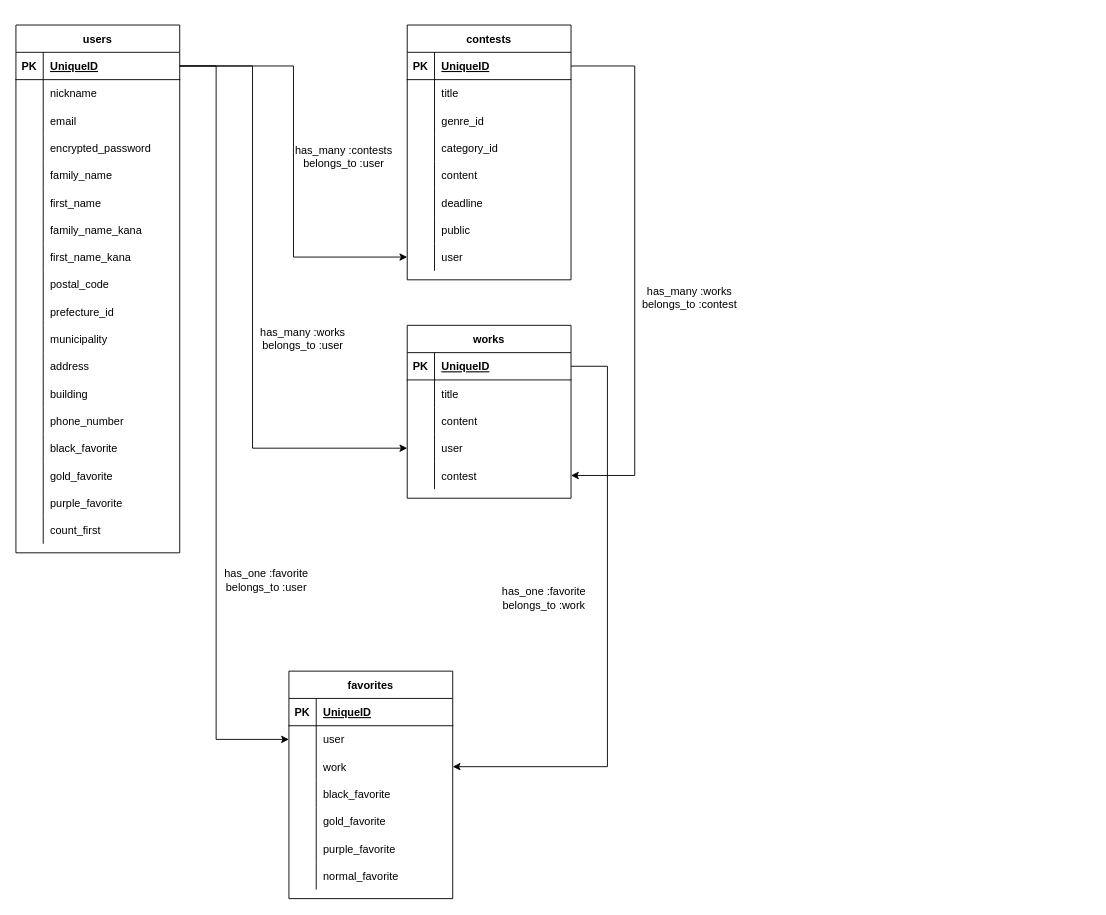
Earlier version of the draw.io diagram e-r.dio (tokiya-takai/moroheiya). Source tidied: cells renumbered, new cells numbered last; positions are measured from the earlier drawing's top-left corner, leaving out a move shared by most shapes. Both pictures are drawn from the tidied source at 91%, with x=0, y=0 at pixel (15, 25).
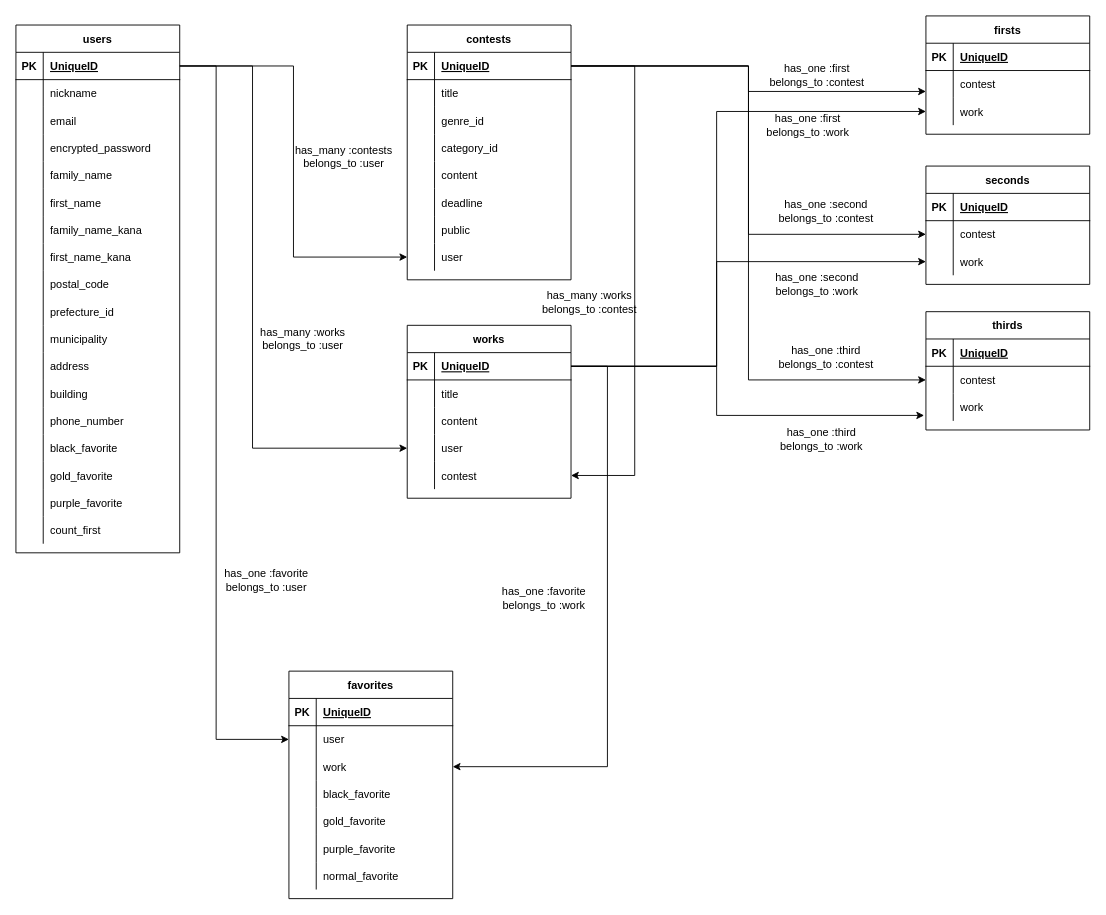
After the change.

Unchanged cells that the change refers to:
```xml
<mxCell id="58" style="shape=partialRectangle;fillColor=none;top=0;left=0;bottom=1;right=0;points=[[0,0.5],[1,0.5]];portConstraint=eastwest;" parent="57" vertex="1">
  <mxGeometry y="30" width="180" height="30" as="geometry" />
</mxCell>
<mxCell id="83" style="shape=partialRectangle;fillColor=none;top=0;left=0;bottom=1;right=0;points=[[0,0.5],[1,0.5]];portConstraint=eastwest;" parent="82" vertex="1">
  <mxGeometry y="30" width="180" height="30" as="geometry" />
</mxCell>
```

Change to the diagram source:
```diff
@@
     <mxCell id="101" value="has_many :works&lt;br&gt;belongs_to :contest" style="text;html=1;align=center;verticalAlign=middle;" parent="1" vertex="1">
-      <mxGeometry x="680" y="285" width="120" height="30" as="geometry" />
+      <mxGeometry x="570" y="290" width="120" height="30" as="geometry" />
     </mxCell>
@@
+    <mxCell id="130" value="firsts" style="shape=table;startSize=30;childLayout=tableLayout;rowLines=0;fontStyle=1;align=center;" parent="1" vertex="1">
+      <mxGeometry x="1000" y="-10" width="180" height="130" as="geometry" />
+    </mxCell>
+    <mxCell id="131" style="shape=partialRectangle;fillColor=none;top=0;left=0;bottom=1;right=0;" parent="130" vertex="1">
+      <mxGeometry y="30" width="180" height="30" as="geometry" />
+    </mxCell>
+    <mxCell id="132" value="PK" style="shape=partialRectangle;fillColor=none;top=0;left=0;bottom=0;right=0;fontStyle=1;overflow=hidden;" parent="131" vertex="1">
+      <mxGeometry width="30" height="30" as="geometry" />
+    </mxCell>
+    <mxCell id="133" value="UniqueID" style="shape=partialRectangle;fillColor=none;top=0;left=0;bottom=0;right=0;align=left;spacingLeft=6;fontStyle=5;overflow=hidden;" parent="131" vertex="1">
+      <mxGeometry x="30" width="150" height="30" as="geometry" />
+    </mxCell>
+    <mxCell id="134" style="shape=partialRectangle;fillColor=none;top=0;left=0;bottom=0;right=0;points=[[0,0.5],[1,0.5]];portConstraint=eastwest;" parent="130" vertex="1">
+      <mxGeometry y="60" width="180" height="30" as="geometry" />
+    </mxCell>
+    <mxCell id="135" style="shape=partialRectangle;fillColor=none;top=0;left=0;bottom=0;right=0;overflow=hidden;" parent="134" vertex="1">
+      <mxGeometry width="30" height="30" as="geometry" />
+    </mxCell>
+    <mxCell id="136" value="contest" style="shape=partialRectangle;fillColor=none;top=0;left=0;bottom=0;right=0;align=left;spacingLeft=6;overflow=hidden;" parent="134" vertex="1">
+      <mxGeometry x="30" width="150" height="30" as="geometry" />
+    </mxCell>
+    <mxCell id="137" style="shape=partialRectangle;fillColor=none;top=0;left=0;bottom=0;right=0;points=[[0,0.5],[1,0.5]];portConstraint=eastwest;" parent="130" vertex="1">
+      <mxGeometry y="90" width="180" height="30" as="geometry" />
+    </mxCell>
+    <mxCell id="138" style="shape=partialRectangle;fillColor=none;top=0;left=0;bottom=0;right=0;overflow=hidden;" parent="137" vertex="1">
+      <mxGeometry width="30" height="30" as="geometry" />
+    </mxCell>
+    <mxCell id="139" value="work" style="shape=partialRectangle;fillColor=none;top=0;left=0;bottom=0;right=0;align=left;spacingLeft=6;overflow=hidden;" parent="137" vertex="1">
+      <mxGeometry x="30" width="150" height="30" as="geometry" />
+    </mxCell>
+    <mxCell id="140" value="seconds" style="shape=table;startSize=30;childLayout=tableLayout;rowLines=0;fontStyle=1;align=center;" parent="1" vertex="1">
+      <mxGeometry x="1000" y="155" width="180" height="130" as="geometry" />
+    </mxCell>
+    <mxCell id="141" style="shape=partialRectangle;fillColor=none;top=0;left=0;bottom=1;right=0;" parent="140" vertex="1">
+      <mxGeometry y="30" width="180" height="30" as="geometry" />
+    </mxCell>
+    <mxCell id="142" value="PK" style="shape=partialRectangle;fillColor=none;top=0;left=0;bottom=0;right=0;fontStyle=1;overflow=hidden;" parent="141" vertex="1">
+      <mxGeometry width="30" height="30" as="geometry" />
+    </mxCell>
+    <mxCell id="143" value="UniqueID" style="shape=partialRectangle;fillColor=none;top=0;left=0;bottom=0;right=0;align=left;spacingLeft=6;fontStyle=5;overflow=hidden;" parent="141" vertex="1">
+      <mxGeometry x="30" width="150" height="30" as="geometry" />
+    </mxCell>
+    <mxCell id="144" style="shape=partialRectangle;fillColor=none;top=0;left=0;bottom=0;right=0;points=[[0,0.5],[1,0.5]];portConstraint=eastwest;" parent="140" vertex="1">
+      <mxGeometry y="60" width="180" height="30" as="geometry" />
+    </mxCell>
+    <mxCell id="145" style="shape=partialRectangle;fillColor=none;top=0;left=0;bottom=0;right=0;overflow=hidden;" parent="144" vertex="1">
+      <mxGeometry width="30" height="30" as="geometry" />
+    </mxCell>
+    <mxCell id="146" value="contest" style="shape=partialRectangle;fillColor=none;top=0;left=0;bottom=0;right=0;align=left;spacingLeft=6;overflow=hidden;" parent="144" vertex="1">
+      <mxGeometry x="30" width="150" height="30" as="geometry" />
+    </mxCell>
+    <mxCell id="147" style="shape=partialRectangle;fillColor=none;top=0;left=0;bottom=0;right=0;points=[[0,0.5],[1,0.5]];portConstraint=eastwest;" parent="140" vertex="1">
+      <mxGeometry y="90" width="180" height="30" as="geometry" />
+    </mxCell>
+    <mxCell id="148" style="shape=partialRectangle;fillColor=none;top=0;left=0;bottom=0;right=0;overflow=hidden;" parent="147" vertex="1">
+      <mxGeometry width="30" height="30" as="geometry" />
+    </mxCell>
+    <mxCell id="149" value="work" style="shape=partialRectangle;fillColor=none;top=0;left=0;bottom=0;right=0;align=left;spacingLeft=6;overflow=hidden;" parent="147" vertex="1">
+      <mxGeometry x="30" width="150" height="30" as="geometry" />
+    </mxCell>
+    <mxCell id="150" value="thirds" style="shape=table;startSize=30;childLayout=tableLayout;rowLines=0;fontStyle=1;align=center;" parent="1" vertex="1">
+      <mxGeometry x="1000" y="315" width="180" height="130" as="geometry" />
+    </mxCell>
+    <mxCell id="151" style="shape=partialRectangle;fillColor=none;top=0;left=0;bottom=1;right=0;" parent="150" vertex="1">
+      <mxGeometry y="30" width="180" height="30" as="geometry" />
+    </mxCell>
+    <mxCell id="152" value="PK" style="shape=partialRectangle;fillColor=none;top=0;left=0;bottom=0;right=0;fontStyle=1;overflow=hidden;" parent="151" vertex="1">
+      <mxGeometry width="30" height="30" as="geometry" />
+    </mxCell>
+    <mxCell id="153" value="UniqueID" style="shape=partialRectangle;fillColor=none;top=0;left=0;bottom=0;right=0;align=left;spacingLeft=6;fontStyle=5;overflow=hidden;" parent="151" vertex="1">
+      <mxGeometry x="30" width="150" height="30" as="geometry" />
+    </mxCell>
+    <mxCell id="154" style="shape=partialRectangle;fillColor=none;top=0;left=0;bottom=0;right=0;points=[[0,0.5],[1,0.5]];portConstraint=eastwest;" parent="150" vertex="1">
+      <mxGeometry y="60" width="180" height="30" as="geometry" />
+    </mxCell>
+    <mxCell id="155" style="shape=partialRectangle;fillColor=none;top=0;left=0;bottom=0;right=0;overflow=hidden;" parent="154" vertex="1">
+      <mxGeometry width="30" height="30" as="geometry" />
+    </mxCell>
+    <mxCell id="156" value="contest" style="shape=partialRectangle;fillColor=none;top=0;left=0;bottom=0;right=0;align=left;spacingLeft=6;overflow=hidden;" parent="154" vertex="1">
+      <mxGeometry x="30" width="150" height="30" as="geometry" />
+    </mxCell>
+    <mxCell id="157" style="shape=partialRectangle;fillColor=none;top=0;left=0;bottom=0;right=0;points=[[0,0.5],[1,0.5]];portConstraint=eastwest;" parent="150" vertex="1">
+      <mxGeometry y="90" width="180" height="30" as="geometry" />
+    </mxCell>
+    <mxCell id="158" style="shape=partialRectangle;fillColor=none;top=0;left=0;bottom=0;right=0;overflow=hidden;" parent="157" vertex="1">
+      <mxGeometry width="30" height="30" as="geometry" />
+    </mxCell>
+    <mxCell id="159" value="work" style="shape=partialRectangle;fillColor=none;top=0;left=0;bottom=0;right=0;align=left;spacingLeft=6;overflow=hidden;" parent="157" vertex="1">
+      <mxGeometry x="30" width="150" height="30" as="geometry" />
+    </mxCell>
+    <mxCell id="160" style="edgeStyle=orthogonalEdgeStyle;rounded=0;jettySize=auto;html=1;exitX=1;exitY=0.5;exitDx=0;exitDy=0;entryX=0;entryY=0.767;entryDx=0;entryDy=0;entryPerimeter=0;" parent="1" edge="1" source="58" target="134">
+      <mxGeometry relative="1" as="geometry" />
+    </mxCell>
+    <mxCell id="161" style="edgeStyle=orthogonalEdgeStyle;rounded=0;jettySize=auto;html=1;exitX=1;exitY=0.5;exitDx=0;exitDy=0;entryX=0;entryY=0.5;entryDx=0;entryDy=0;" parent="1" edge="1" source="58" target="144">
+      <mxGeometry relative="1" as="geometry" />
+    </mxCell>
+    <mxCell id="162" style="edgeStyle=orthogonalEdgeStyle;rounded=0;jettySize=auto;html=1;exitX=1;exitY=0.5;exitDx=0;exitDy=0;entryX=0;entryY=0.5;entryDx=0;entryDy=0;" parent="1" edge="1" source="58" target="154">
+      <mxGeometry relative="1" as="geometry" />
+    </mxCell>
+    <mxCell id="163" value="has_one :first&lt;br&gt;belongs_to :contest" style="text;html=1;align=center;verticalAlign=middle;" parent="1" vertex="1">
+      <mxGeometry x="820" y="40" width="120" height="30" as="geometry" />
+    </mxCell>
+    <mxCell id="164" value="has_one :second&lt;br&gt;belongs_to :contest" style="text;html=1;align=center;verticalAlign=middle;" parent="1" vertex="1">
+      <mxGeometry x="830" y="190" width="120" height="30" as="geometry" />
+    </mxCell>
+    <mxCell id="165" value="has_one :third&lt;br&gt;belongs_to :contest" style="text;html=1;align=center;verticalAlign=middle;" parent="1" vertex="1">
+      <mxGeometry x="830" y="350" width="120" height="30" as="geometry" />
+    </mxCell>
+    <mxCell id="166" style="edgeStyle=orthogonalEdgeStyle;rounded=0;jettySize=auto;html=1;exitX=1;exitY=0.5;exitDx=0;exitDy=0;entryX=0;entryY=0.5;entryDx=0;entryDy=0;" parent="1" edge="1" source="83" target="137">
+      <mxGeometry relative="1" as="geometry">
+        <Array as="points">
+          <mxPoint x="770" y="375" />
+          <mxPoint x="770" y="95" />
+        </Array>
+      </mxGeometry>
+    </mxCell>
+    <mxCell id="167" style="edgeStyle=orthogonalEdgeStyle;rounded=0;jettySize=auto;html=1;exitX=1;exitY=0.5;exitDx=0;exitDy=0;entryX=0;entryY=0.5;entryDx=0;entryDy=0;" parent="1" edge="1" source="83" target="147">
+      <mxGeometry relative="1" as="geometry">
+        <Array as="points">
+          <mxPoint x="770" y="375" />
+          <mxPoint x="770" y="260" />
+        </Array>
+      </mxGeometry>
+    </mxCell>
+    <mxCell id="168" style="edgeStyle=orthogonalEdgeStyle;rounded=0;jettySize=auto;html=1;exitX=1;exitY=0.5;exitDx=0;exitDy=0;entryX=-0.011;entryY=0.8;entryDx=0;entryDy=0;entryPerimeter=0;" parent="1" edge="1" source="83" target="157">
+      <mxGeometry relative="1" as="geometry">
+        <Array as="points">
+          <mxPoint x="770" y="375" />
+          <mxPoint x="770" y="429" />
+        </Array>
+      </mxGeometry>
+    </mxCell>
+    <mxCell id="169" value="has_one :first&lt;br&gt;belongs_to :work" style="text;html=1;align=center;verticalAlign=middle;" parent="1" vertex="1">
+      <mxGeometry x="815" y="95" width="110" height="30" as="geometry" />
+    </mxCell>
+    <mxCell id="170" value="has_one :second&lt;br&gt;belongs_to :work" style="text;html=1;align=center;verticalAlign=middle;" parent="1" vertex="1">
+      <mxGeometry x="825" y="270" width="110" height="30" as="geometry" />
+    </mxCell>
+    <mxCell id="171" value="has_one :third&lt;br&gt;belongs_to :work" style="text;html=1;align=center;verticalAlign=middle;" parent="1" vertex="1">
+      <mxGeometry x="830" y="440" width="110" height="30" as="geometry" />
+    </mxCell>
```
